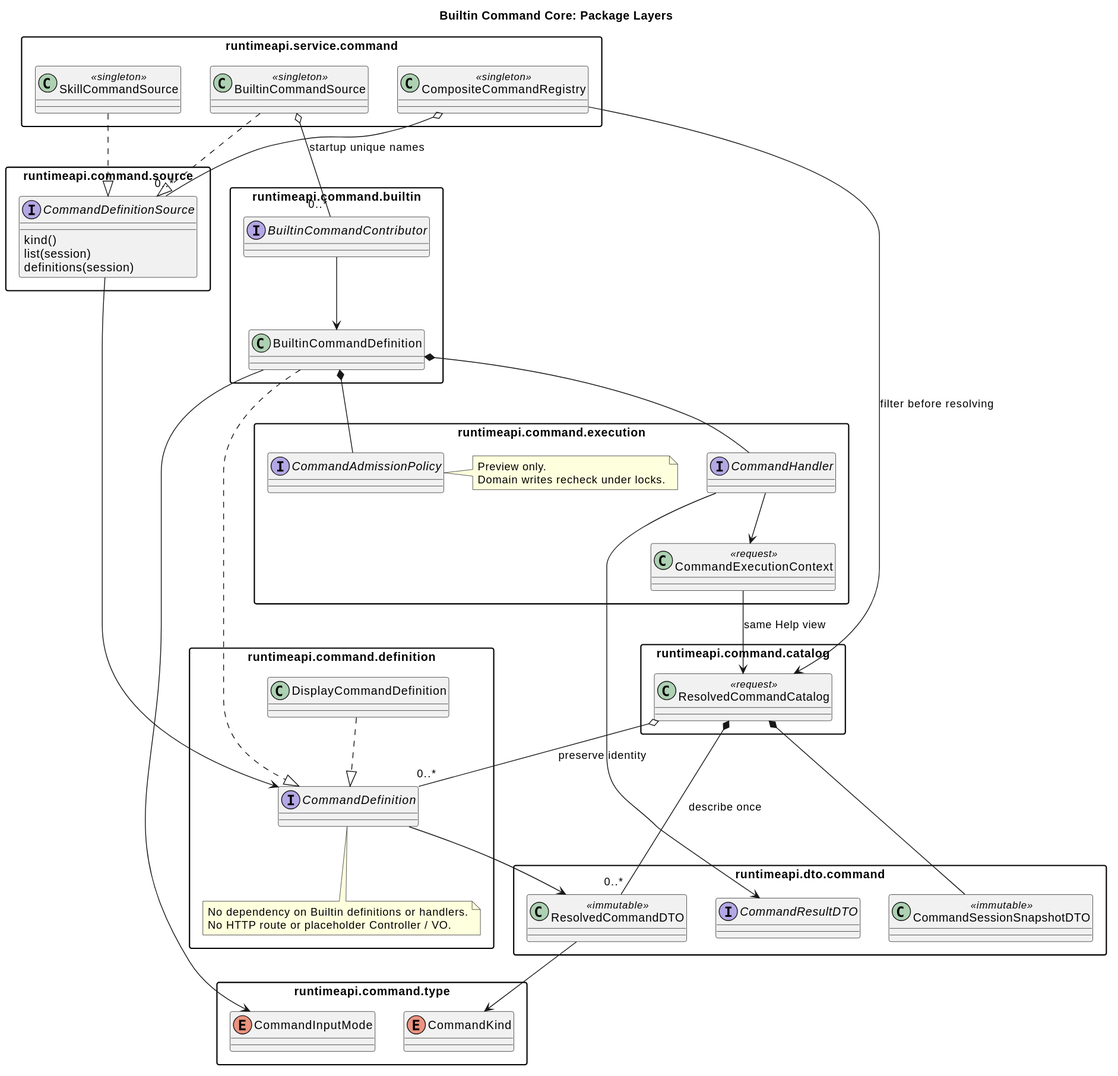
This is docs/designs/builtin-command-core/builtin_command_core.svg from 2862282695gjh-afk/pi-mono-java, a PlantUML export, as it was before one commit.
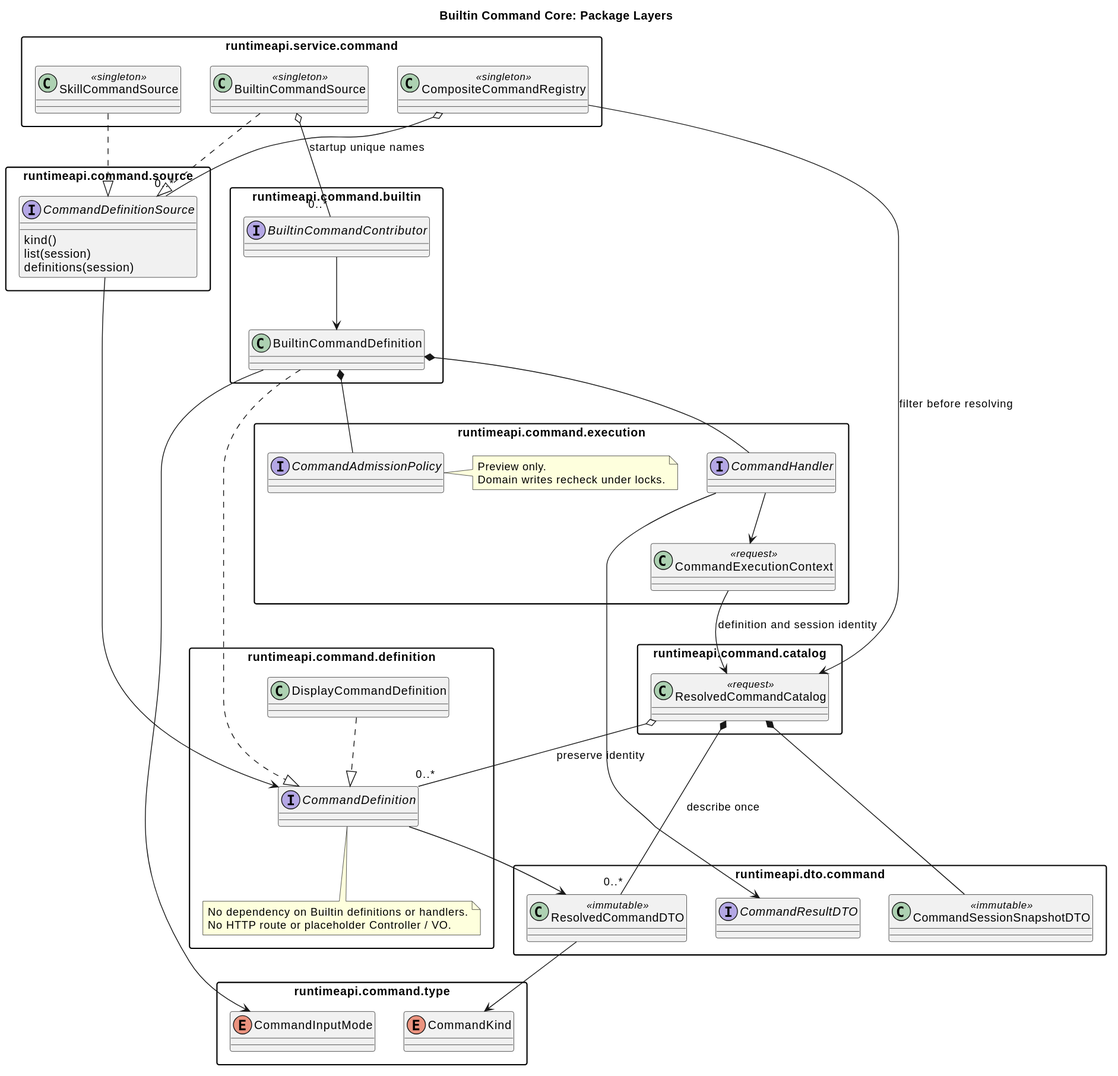
The same file after the commit.

The edit, as a diff of the source:
```diff
@@ -66,7 +66,7 @@
 ResolvedCommandCatalog o-- "0..*" CommandDefinition : preserve identity
 ResolvedCommandCatalog *-- "0..*" ResolvedCommandDTO : describe once
 ResolvedCommandCatalog *-- CommandSessionSnapshotDTO
-CommandExecutionContext --> ResolvedCommandCatalog : same Help view
+CommandExecutionContext --> ResolvedCommandCatalog : definition and session identity
 CommandDefinition --> ResolvedCommandDTO
 ResolvedCommandDTO --> CommandKind
 BuiltinCommandDefinition --> CommandInputMode
```
